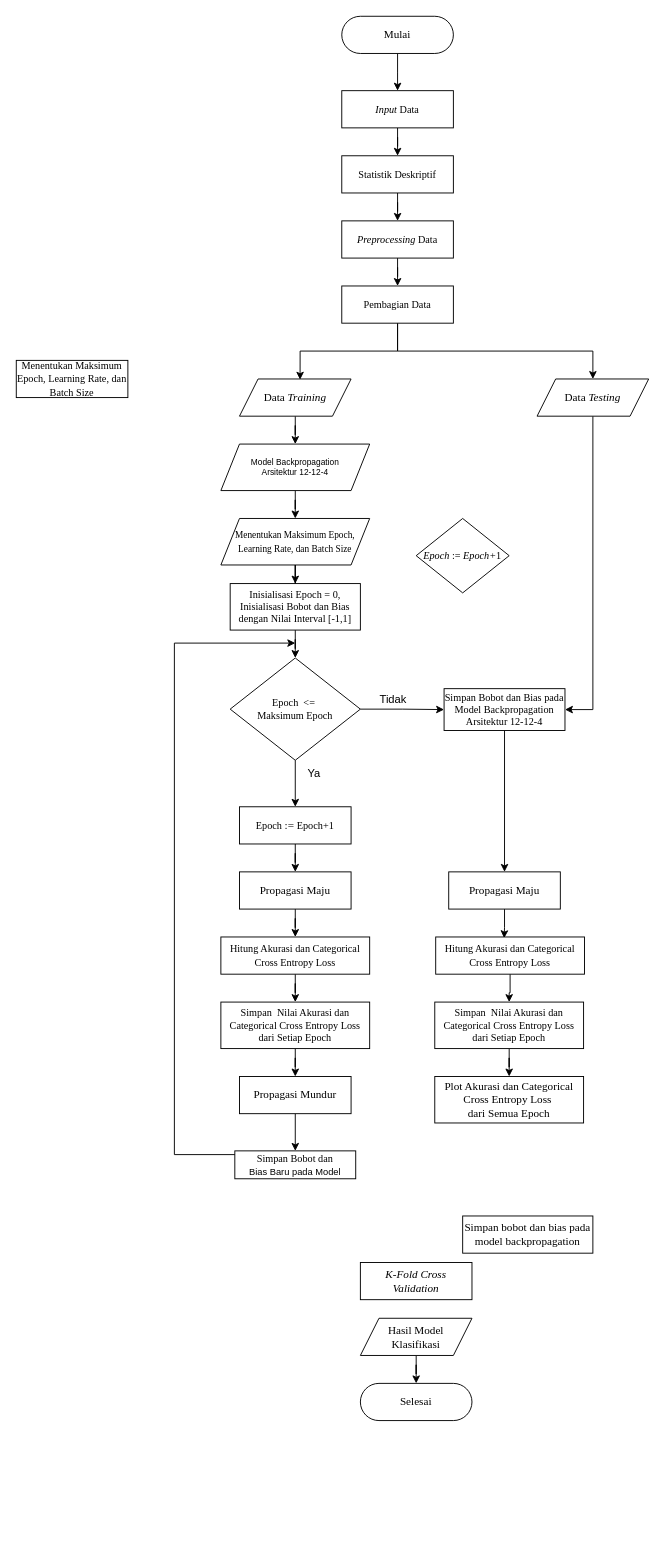
This is Diagram Tanpa Judul.drawio from riskialarsy/riskialarsy.github.io, a draw.io file, before an edit. Source tidied: cells renumbered, new cells numbered last; positions are measured from the earlier drawing's top-left corner, leaving out a move shared by most shapes. Both pictures are drawn from the tidied source at 93%, with x=0, y=0 at pixel (16, 16).
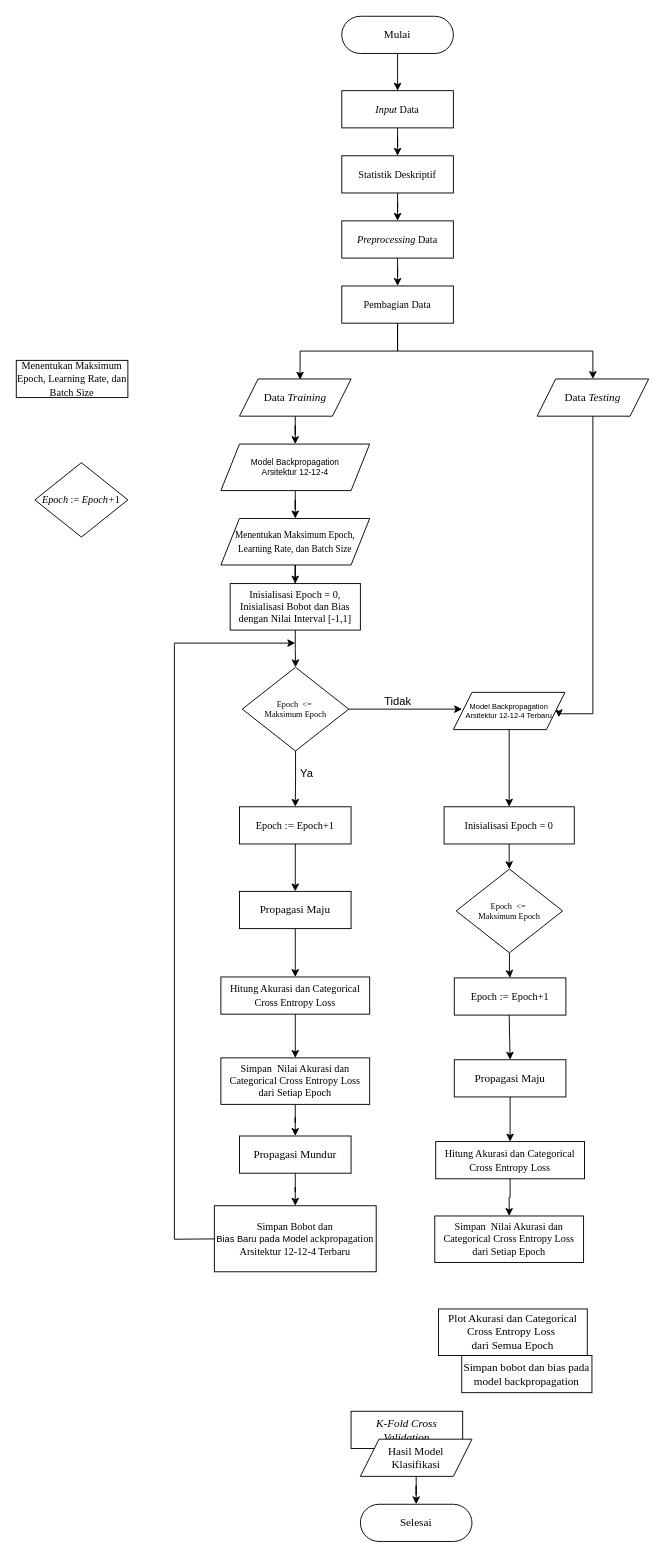
The same diagram, later.

The edit, as a diff of the source:
```diff
@@
     <mxCell id="5" value="&lt;font face=&quot;Times New Roman&quot;&gt;&lt;i&gt;K-Fold Cross&lt;br&gt;Validation&lt;/i&gt;&lt;br&gt;&lt;/font&gt;" style="rounded=0;whiteSpace=wrap;html=1;" parent="1" vertex="1">
-      <mxGeometry x="370" y="1340" width="120" height="40" as="geometry" />
+      <mxGeometry x="360" y="1500" width="120" height="40" as="geometry" />
     </mxCell>
@@
     <mxCell id="7" value="&lt;font face=&quot;Times New Roman&quot;&gt;Hasil Model&lt;br&gt;Klasifikasi&lt;/font&gt;" style="shape=parallelogram;perimeter=parallelogramPerimeter;whiteSpace=wrap;html=1;fixedSize=1;" parent="1" vertex="1">
-      <mxGeometry x="370" y="1400" width="120" height="40" as="geometry" />
+      <mxGeometry x="370" y="1530" width="120" height="40" as="geometry" />
     </mxCell>
     <mxCell id="8" value="&lt;font face=&quot;Times New Roman&quot;&gt;Selesai&lt;br&gt;&lt;/font&gt;" style="rounded=1;whiteSpace=wrap;html=1;arcSize=50;" parent="1" vertex="1">
-      <mxGeometry x="370" y="1470" width="120" height="40" as="geometry" />
+      <mxGeometry x="370" y="1600" width="120" height="40" as="geometry" />
     </mxCell>
@@
-    <mxCell id="18" style="edgeStyle=orthogonalEdgeStyle;rounded=0;jettySize=auto;html=1;entryX=1;entryY=0.5;entryDx=0;entryDy=0;" parent="1" edge="1" target="44">
+    <mxCell id="18" style="edgeStyle=orthogonalEdgeStyle;rounded=0;jettySize=auto;html=1;entryX=0.946;entryY=0.667;entryDx=0;entryDy=0;entryPerimeter=0;" parent="1" edge="1" target="58">
       <mxGeometry relative="1" as="geometry">
         <mxPoint x="620" y="430" as="sourcePoint" />
         <Array as="points">
-          <mxPoint x="620" y="746" />
-          <mxPoint x="590" y="746" />
+          <mxPoint x="620" y="750" />
+          <mxPoint x="584" y="750" />
         </Array>
       </mxGeometry>
     </mxCell>
@@
-    <mxCell id="26" style="edgeStyle=orthogonalEdgeStyle;rounded=0;jettySize=auto;html=1;" parent="1" edge="1" source="27" target="44">
+    <mxCell id="26" style="edgeStyle=orthogonalEdgeStyle;rounded=0;jettySize=auto;html=1;entryX=0.078;entryY=0.45;entryDx=0;entryDy=0;entryPerimeter=0;" parent="1" edge="1" source="27" target="58">
       <mxGeometry relative="1" as="geometry" />
     </mxCell>
-    <mxCell id="27" value="&lt;font style=&quot;font-size: 11px;&quot;&gt;&lt;span style=&quot;font-size: 11px;&quot;&gt;&lt;span&gt;Epoch&amp;nbsp;&lt;/span&gt; &amp;lt;=&lt;/span&gt;&amp;nbsp;&lt;br style=&quot;font-size: 11px;&quot;&gt;&lt;span style=&quot;font-size: 11px;&quot;&gt;Maksimum &lt;span&gt;Epoch&lt;/span&gt;&lt;/span&gt;&lt;/font&gt;" style="rhombus;whiteSpace=wrap;html=1;fontSize=11;fontStyle=0;fontFamily=Times New Roman;" parent="1" vertex="1">
-      <mxGeometry x="230" y="690" width="140" height="110" as="geometry" />
+    <mxCell id="27" value="&lt;font style=&quot;font-size: 9px;&quot;&gt;&lt;span style=&quot;font-size: 9px;&quot;&gt;&lt;span style=&quot;font-size: 9px;&quot;&gt;Epoch&amp;nbsp;&lt;/span&gt; &amp;lt;=&lt;/span&gt;&amp;nbsp;&lt;br style=&quot;font-size: 9px;&quot;&gt;&lt;span style=&quot;font-size: 9px;&quot;&gt;Maksimum &lt;span style=&quot;font-size: 9px;&quot;&gt;Epoch&lt;/span&gt;&lt;/span&gt;&lt;/font&gt;" style="rhombus;whiteSpace=wrap;html=1;fontSize=9;fontStyle=0;fontFamily=Times New Roman;" parent="1" vertex="1">
+      <mxGeometry x="243" y="700" width="114.5" height="90" as="geometry" />
     </mxCell>
     <mxCell id="28" value="&lt;font style=&quot;font-size: 11px;&quot; face=&quot;Times New Roman&quot;&gt;&lt;i&gt;Epoch&amp;nbsp;&lt;/i&gt;:=&amp;nbsp;&lt;i&gt;Epoch+&lt;/i&gt;1&lt;/font&gt;" style="rhombus;whiteSpace=wrap;html=1;" parent="1" vertex="1">
-      <mxGeometry x="430" y="540" width="100" height="80" as="geometry" />
+      <mxGeometry x="20" y="480" width="100" height="80" as="geometry" />
     </mxCell>
@@
     <mxCell id="32" value="Propagasi Maju" style="rounded=0;whiteSpace=wrap;html=1;fontFamily=Times New Roman;" parent="1" vertex="1">
-      <mxGeometry x="240" y="920" width="120" height="40" as="geometry" />
+      <mxGeometry x="240" y="941" width="120" height="40" as="geometry" />
     </mxCell>
@@
     <mxCell id="36" value="&lt;span style=&quot;font-size: 11px;&quot;&gt;Hitung Akurasi dan Categorical Cross Entropy Loss&lt;/span&gt;" style="rounded=0;whiteSpace=wrap;html=1;fontFamily=Times New Roman;fontStyle=0;" parent="1" vertex="1">
-      <mxGeometry x="220" y="990" width="160" height="40" as="geometry" />
+      <mxGeometry x="220" y="1033" width="160" height="40" as="geometry" />
     </mxCell>
@@
     <mxCell id="38" value="Propagasi Mundur" style="rounded=0;whiteSpace=wrap;html=1;fontFamily=Times New Roman;" parent="1" vertex="1">
-      <mxGeometry x="240" y="1140" width="120" height="40" as="geometry" />
+      <mxGeometry x="240" y="1204" width="120" height="40" as="geometry" />
     </mxCell>
@@
     <mxCell id="41" value="Simpan bobot dan bias pada model backpropagation" style="rounded=0;whiteSpace=wrap;html=1;fontFamily=Times New Roman;fontStyle=0;" parent="1" vertex="1">
-      <mxGeometry x="480" y="1290" width="140" height="40" as="geometry" />
+      <mxGeometry x="479" y="1440" width="140" height="40" as="geometry" />
     </mxCell>
     <mxCell id="42" value="Ya" style="text;html=1;align=center;verticalAlign=middle;strokeColor=none;fillColor=none;" parent="1" vertex="1">
-      <mxGeometry x="300" y="800" width="40" height="30" as="geometry" />
+      <mxGeometry x="292" y="800" width="40" height="30" as="geometry" />
     </mxCell>
-    <mxCell id="43" style="edgeStyle=orthogonalEdgeStyle;rounded=0;jettySize=auto;html=1;entryX=0.5;entryY=0;entryDx=0;entryDy=0;" parent="1" edge="1" source="44" target="50">
-      <mxGeometry relative="1" as="geometry" />
-    </mxCell>
-    <mxCell id="44" value="Simpan Bobot dan Bias pada Model Backpropagation Arsitektur 12-12-4" style="whiteSpace=wrap;html=1;fontSize=11;fontFamily=Times New Roman;fontStyle=0;" parent="1" vertex="1">
-      <mxGeometry x="460" y="723" width="130" height="45" as="geometry" />
-    </mxCell>
     <mxCell id="45" value="Tidak" style="text;html=1;align=center;verticalAlign=middle;strokeColor=none;fillColor=none;" parent="1" vertex="1">
-      <mxGeometry x="380" y="720" width="50" height="30" as="geometry" />
+      <mxGeometry x="385" y="722" width="50" height="30" as="geometry" />
     </mxCell>
@@
     <mxCell id="47" value="Simpan&amp;nbsp; Nilai Akurasi dan Categorical Cross Entropy Loss dari Setiap Epoch" style="whiteSpace=wrap;html=1;fontSize=11;fontFamily=Times New Roman;fontStyle=0;" parent="1" vertex="1">
-      <mxGeometry x="220" y="1060" width="160" height="50" as="geometry" />
+      <mxGeometry x="220" y="1120" width="160" height="50" as="geometry" />
     </mxCell>
-    <mxCell id="48" style="edgeStyle=orthogonalEdgeStyle;rounded=0;orthogonalLoop=1;jettySize=auto;html=1;" parent="1" edge="1">
+    <mxCell id="48" style="edgeStyle=orthogonalEdgeStyle;rounded=0;jettySize=auto;html=1;exitX=0;exitY=0.5;exitDx=0;exitDy=0;" parent="1" edge="1" source="56">
       <mxGeometry relative="1" as="geometry">
-        <mxPoint x="250" y="1224" as="sourcePoint" />
         <mxPoint x="300" y="674" as="targetPoint" />
         <Array as="points">
-          <mxPoint x="170" y="1224" />
+          <mxPoint x="235" y="1315" />
+          <mxPoint x="170" y="1315" />
           <mxPoint x="170" y="674" />
         </Array>
       </mxGeometry>
     </mxCell>
-    <mxCell id="49" style="edgeStyle=orthogonalEdgeStyle;rounded=0;jettySize=auto;html=1;entryX=0.46;entryY=0.033;entryDx=0;entryDy=0;entryPerimeter=0;" parent="1" edge="1" source="50" target="52">
+    <mxCell id="49" style="edgeStyle=orthogonalEdgeStyle;rounded=0;jettySize=auto;html=1;" parent="1" edge="1" source="50" target="52">
       <mxGeometry relative="1" as="geometry" />
     </mxCell>
     <mxCell id="50" value="Propagasi Maju" style="rounded=0;whiteSpace=wrap;html=1;fontFamily=Times New Roman;" parent="1" vertex="1">
-      <mxGeometry x="465" y="920" width="120" height="40" as="geometry" />
+      <mxGeometry x="471" y="1122" width="120" height="40" as="geometry" />
     </mxCell>
@@
     <mxCell id="52" value="&lt;span style=&quot;font-size: 11px;&quot;&gt;Hitung Akurasi dan Categorical Cross Entropy Loss&lt;/span&gt;" style="rounded=0;whiteSpace=wrap;html=1;fontFamily=Times New Roman;fontStyle=0;" parent="1" vertex="1">
-      <mxGeometry x="451" y="990" width="160" height="40" as="geometry" />
+      <mxGeometry x="451" y="1210" width="160" height="40" as="geometry" />
     </mxCell>
-    <mxCell id="53" style="edgeStyle=orthogonalEdgeStyle;rounded=0;jettySize=auto;html=1;entryX=0.5;entryY=0;entryDx=0;entryDy=0;" parent="1" edge="1" source="54" target="55">
-      <mxGeometry relative="1" as="geometry" />
-    </mxCell>
-    <mxCell id="54" value="Simpan&amp;nbsp; Nilai Akurasi dan Categorical Cross Entropy Loss dari Setiap Epoch" style="whiteSpace=wrap;html=1;fontSize=11;fontFamily=Times New Roman;fontStyle=0;" parent="1" vertex="1">
-      <mxGeometry x="450" y="1060" width="160" height="50" as="geometry" />
-    </mxCell>
     <mxCell id="55" value="Plot Akurasi dan Categorical Cross Entropy Loss&amp;nbsp;&lt;br&gt;dari Semua Epoch" style="rounded=0;whiteSpace=wrap;html=1;fontFamily=Times New Roman;" parent="1" vertex="1">
-      <mxGeometry x="450" y="1140" width="160" height="50" as="geometry" />
+      <mxGeometry x="454" y="1390" width="160" height="50" as="geometry" />
     </mxCell>
-    <mxCell id="56" value="Simpan Bobot dan&lt;br style=&quot;border-color: var(--border-color); font-family: Helvetica; font-size: 10px;&quot;&gt;&lt;span style=&quot;font-family: Helvetica; font-size: 10px;&quot;&gt;Bias Baru pada Model&lt;/span&gt;" style="whiteSpace=wrap;html=1;fontSize=11;fontFamily=Times New Roman;fontStyle=0;" parent="1" vertex="1">
-      <mxGeometry x="235" y="1220" width="130" height="30" as="geometry" />
+    <mxCell id="56" value="Simpan Bobot dan&lt;br style=&quot;border-color: var(--border-color); font-family: Helvetica; font-size: 10px;&quot;&gt;&lt;span style=&quot;font-family: Helvetica; font-size: 10px;&quot;&gt;Bias Baru pada Model&amp;nbsp;&lt;/span&gt;ackpropagation Arsitektur 12-12-4 Terbaru" style="whiteSpace=wrap;html=1;fontSize=11;fontFamily=Times New Roman;fontStyle=0;" parent="1" vertex="1">
+      <mxGeometry x="213" y="1279" width="174" height="71" as="geometry" />
     </mxCell>
+    <mxCell id="57" style="edgeStyle=orthogonalEdgeStyle;rounded=0;jettySize=auto;html=1;entryX=0.5;entryY=0;entryDx=0;entryDy=0;" parent="1" edge="1" source="58" target="62">
+      <mxGeometry relative="1" as="geometry" />
+    </mxCell>
+    <mxCell id="58" value="Model Backpropagation Arsitektur 12-12-4 Terbaru" style="shape=parallelogram;perimeter=parallelogramPerimeter;whiteSpace=wrap;html=1;fixedSize=1;fontSize=8;" parent="1" vertex="1">
+      <mxGeometry x="470" y="727" width="120" height="40" as="geometry" />
+    </mxCell>
+    <mxCell id="54" value="Simpan&amp;nbsp; Nilai Akurasi dan Categorical Cross Entropy Loss dari Setiap Epoch" style="whiteSpace=wrap;html=1;fontSize=11;fontFamily=Times New Roman;fontStyle=0;" parent="1" vertex="1">
+      <mxGeometry x="450" y="1290" width="160" height="50" as="geometry" />
+    </mxCell>
+    <mxCell id="59" style="edgeStyle=orthogonalEdgeStyle;rounded=0;jettySize=auto;html=1;entryX=0.5;entryY=0;entryDx=0;entryDy=0;" parent="1" edge="1" target="50">
+      <mxGeometry relative="1" as="geometry">
+        <mxPoint x="530" y="1074" as="sourcePoint" />
+      </mxGeometry>
+    </mxCell>
+    <mxCell id="60" value="&lt;span style=&quot;border-color: var(--border-color); font-size: 11px;&quot;&gt;Epoch&amp;nbsp;&lt;/span&gt;:=&amp;nbsp;&lt;span style=&quot;border-color: var(--border-color); font-size: 11px;&quot;&gt;Epoch+&lt;/span&gt;&lt;span style=&quot;font-size: 11px;&quot;&gt;1&lt;/span&gt;" style="rounded=0;whiteSpace=wrap;html=1;fontFamily=Times New Roman;fontStyle=0;" parent="1" vertex="1">
+      <mxGeometry x="471" y="1034" width="120" height="40" as="geometry" />
+    </mxCell>
+    <mxCell id="61" style="edgeStyle=orthogonalEdgeStyle;rounded=0;jettySize=auto;html=1;entryX=0.5;entryY=0;entryDx=0;entryDy=0;" parent="1" edge="1" source="62" target="64">
+      <mxGeometry relative="1" as="geometry" />
+    </mxCell>
+    <mxCell id="62" value="Inisialisasi&amp;nbsp;&lt;span style=&quot;border-color: var(--border-color);&quot;&gt;Epoch = 0&lt;/span&gt;&lt;span style=&quot;font-size: 11px;&quot;&gt;&lt;br style=&quot;font-size: 11px;&quot;&gt;&lt;/span&gt;" style="rounded=0;whiteSpace=wrap;html=1;fontFamily=Times New Roman;fontSize=11;" parent="1" vertex="1">
+      <mxGeometry x="460" y="850" width="140" height="40" as="geometry" />
+    </mxCell>
+    <mxCell id="63" style="edgeStyle=orthogonalEdgeStyle;rounded=0;jettySize=auto;html=1;entryX=0.5;entryY=0;entryDx=0;entryDy=0;" parent="1" edge="1" source="64" target="60">
+      <mxGeometry relative="1" as="geometry" />
+    </mxCell>
+    <mxCell id="64" value="&lt;font style=&quot;font-size: 9px;&quot;&gt;&lt;span style=&quot;font-size: 9px;&quot;&gt;&lt;span style=&quot;font-size: 9px;&quot;&gt;Epoch&amp;nbsp;&lt;/span&gt; &amp;lt;=&lt;/span&gt;&amp;nbsp;&lt;br style=&quot;font-size: 9px;&quot;&gt;&lt;span style=&quot;font-size: 9px;&quot;&gt;Maksimum &lt;span style=&quot;font-size: 9px;&quot;&gt;Epoch&lt;/span&gt;&lt;/span&gt;&lt;/font&gt;" style="rhombus;whiteSpace=wrap;html=1;fontSize=9;fontStyle=0;fontFamily=Times New Roman;" parent="1" vertex="1">
+      <mxGeometry x="473" y="917" width="114.5" height="90" as="geometry" />
+    </mxCell>
```
